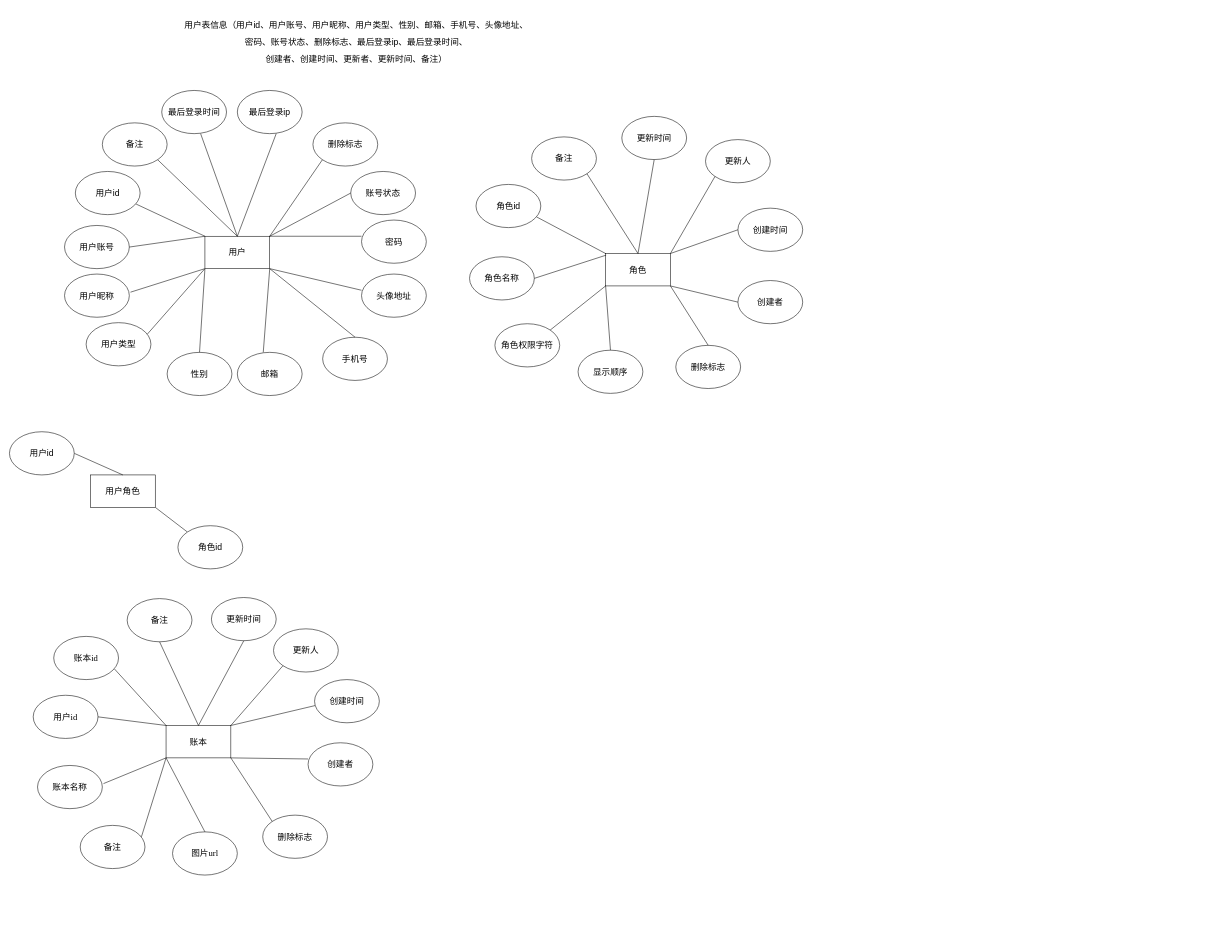
This is page "实体属性关系图" (6 of 8) of lottery-note/fun-bill-依赖关系.drawio from mynxg/draw-io-to-github, a draw.io file, before an edit. Source tidied: cells renumbered, new cells numbered last; positions are measured from the earlier drawing's top-left corner, leaving out a move shared by most shapes. Both pictures are drawn from the tidied source at 54%, with x=0, y=0 at pixel (9, 9).
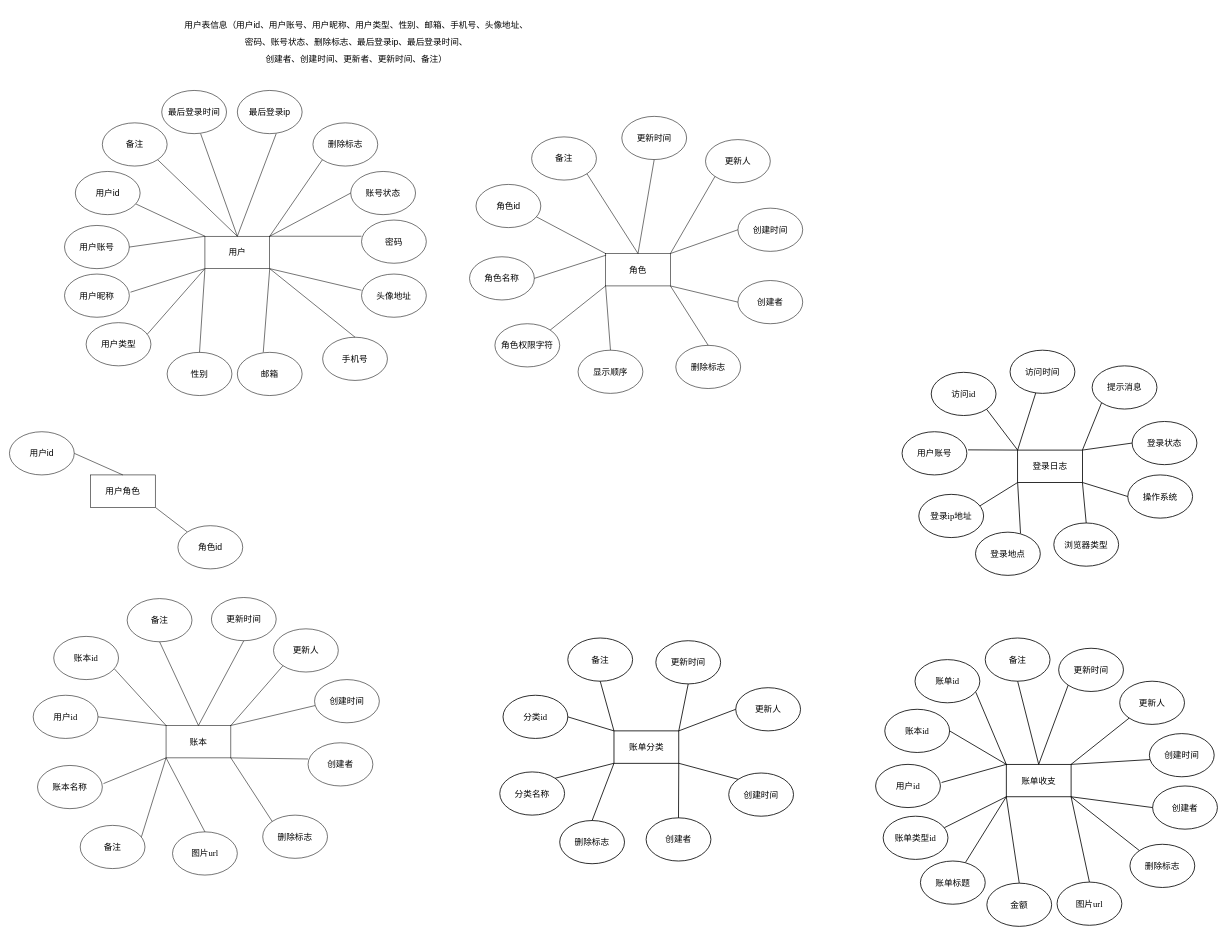
The same page after the edit.

Commit message (it also covers changes not shown here):
更新fun-bill-依赖关系.drawio

Diff of the diagram source:
```diff
@@
+    <mxCell id="81" value="账单分类" style="rounded=0;whiteSpace=wrap;html=1;fontFamily=宋体;fontSize=16;strokeWidth=1.5;" parent="1" vertex="1">
+      <mxGeometry x="1119.5" y="1336" width="120" height="60" as="geometry" />
+    </mxCell>
+    <mxCell id="82" value="&lt;p class=&quot;MsoNormal&quot;&gt;&lt;span style=&quot;font-size: 12pt;&quot;&gt;&lt;font face=&quot;宋体&quot;&gt;分类&lt;/font&gt;&lt;font face=&quot;Times New Roman&quot;&gt;id&lt;/font&gt;&lt;/span&gt;&lt;/p&gt;" style="ellipse;whiteSpace=wrap;html=1;fontSize=16;fontFamily=宋体;strokeWidth=1.5;" parent="1" vertex="1">
+      <mxGeometry x="914" y="1270" width="120" height="80" as="geometry" />
+    </mxCell>
+    <mxCell id="83" value="&lt;p class=&quot;MsoNormal&quot;&gt;&lt;span style=&quot;font-size: 12pt;&quot;&gt;删除标志&lt;/span&gt;&lt;/p&gt;" style="ellipse;whiteSpace=wrap;html=1;fontFamily=宋体;fontSize=16;strokeWidth=1.5;" parent="1" vertex="1">
+      <mxGeometry x="1019" y="1502" width="120" height="80" as="geometry" />
+    </mxCell>
+    <mxCell id="84" value="&lt;p class=&quot;MsoNormal&quot;&gt;&lt;span style=&quot;font-size: 12pt;&quot;&gt;分类名称&lt;/span&gt;&lt;/p&gt;" style="ellipse;whiteSpace=wrap;html=1;fontFamily=宋体;fontSize=16;strokeWidth=1.5;" parent="1" vertex="1">
+      <mxGeometry x="908" y="1412" width="120" height="80" as="geometry" />
+    </mxCell>
+    <mxCell id="85" value="&lt;p class=&quot;MsoNormal&quot;&gt;&lt;span style=&quot;font-size: 12pt;&quot;&gt;创建者&lt;/span&gt;&lt;/p&gt;" style="ellipse;whiteSpace=wrap;html=1;fontFamily=宋体;fontSize=16;strokeWidth=1.5;" parent="1" vertex="1">
+      <mxGeometry x="1179" y="1497" width="120" height="80" as="geometry" />
+    </mxCell>
+    <mxCell id="86" value="&lt;p class=&quot;MsoNormal&quot;&gt;&lt;span style=&quot;font-size: 12pt;&quot;&gt;创建时间&lt;/span&gt;&lt;/p&gt;" style="ellipse;whiteSpace=wrap;html=1;fontSize=16;fontFamily=宋体;strokeWidth=1.5;" parent="1" vertex="1">
+      <mxGeometry x="1332" y="1414" width="120" height="80" as="geometry" />
+    </mxCell>
+    <mxCell id="87" value="&lt;p class=&quot;MsoNormal&quot;&gt;&lt;span style=&quot;font-size: 12pt;&quot;&gt;更新人&lt;/span&gt;&lt;/p&gt;" style="ellipse;whiteSpace=wrap;html=1;fontSize=16;fontFamily=宋体;strokeWidth=1.5;" parent="1" vertex="1">
+      <mxGeometry x="1345" y="1256" width="120" height="80" as="geometry" />
+    </mxCell>
+    <mxCell id="88" value="&lt;p class=&quot;MsoNormal&quot;&gt;&lt;span style=&quot;font-size: 12pt;&quot;&gt;更新时间&lt;/span&gt;&lt;/p&gt;" style="ellipse;whiteSpace=wrap;html=1;fontFamily=宋体;fontSize=16;strokeWidth=1.5;" parent="1" vertex="1">
+      <mxGeometry x="1197" y="1169" width="120" height="80" as="geometry" />
+    </mxCell>
+    <mxCell id="89" value="备注" style="ellipse;whiteSpace=wrap;html=1;fontSize=16;fontFamily=宋体;strokeWidth=1.5;" parent="1" vertex="1">
+      <mxGeometry x="1034" y="1164" width="120" height="80" as="geometry" />
+    </mxCell>
+    <mxCell id="90" style="endArrow=none;html=1;rounded=0;exitX=1;exitY=0.5;exitDx=0;exitDy=0;fontFamily=宋体;fontSize=16;strokeWidth=1.5;" parent="1" edge="1" source="82">
+      <mxGeometry relative="1" as="geometry">
+        <mxPoint x="1119.5" y="1336" as="targetPoint" />
+      </mxGeometry>
+    </mxCell>
+    <mxCell id="91" style="endArrow=none;html=1;rounded=0;exitX=1;exitY=0;exitDx=0;exitDy=0;entryX=0;entryY=1;entryDx=0;entryDy=0;fontFamily=宋体;fontSize=16;strokeWidth=1.5;" parent="1" edge="1" source="84" target="81">
+      <mxGeometry relative="1" as="geometry" />
+    </mxCell>
+    <mxCell id="92" style="endArrow=none;html=1;rounded=0;exitX=0.5;exitY=0;exitDx=0;exitDy=0;entryX=0;entryY=1;entryDx=0;entryDy=0;fontFamily=宋体;fontSize=16;strokeWidth=1.5;" parent="1" edge="1" source="83" target="81">
+      <mxGeometry relative="1" as="geometry" />
+    </mxCell>
+    <mxCell id="93" style="endArrow=none;html=1;rounded=0;exitX=1;exitY=1;exitDx=0;exitDy=0;entryX=0.5;entryY=0;entryDx=0;entryDy=0;fontFamily=宋体;fontSize=16;strokeWidth=1.5;" parent="1" edge="1" source="81" target="85">
+      <mxGeometry relative="1" as="geometry" />
+    </mxCell>
+    <mxCell id="94" style="endArrow=none;html=1;rounded=0;exitX=1;exitY=0;exitDx=0;exitDy=0;entryX=0.5;entryY=1;entryDx=0;entryDy=0;fontFamily=宋体;fontSize=16;strokeWidth=1.5;" parent="1" edge="1" source="81" target="88">
+      <mxGeometry relative="1" as="geometry" />
+    </mxCell>
+    <mxCell id="95" style="endArrow=none;html=1;rounded=0;exitX=1;exitY=0;exitDx=0;exitDy=0;fontFamily=宋体;fontSize=16;entryX=0;entryY=0.5;entryDx=0;entryDy=0;strokeWidth=1.5;" parent="1" edge="1" source="81" target="87">
+      <mxGeometry relative="1" as="geometry" />
+    </mxCell>
+    <mxCell id="96" style="endArrow=none;html=1;rounded=0;exitX=1;exitY=1;exitDx=0;exitDy=0;fontFamily=宋体;fontSize=16;entryX=0;entryY=0;entryDx=0;entryDy=0;strokeWidth=1.5;" parent="1" edge="1" source="81" target="86">
+      <mxGeometry relative="1" as="geometry" />
+    </mxCell>
+    <mxCell id="97" style="endArrow=none;html=1;rounded=0;exitX=0.5;exitY=1;exitDx=0;exitDy=0;fontFamily=宋体;fontSize=16;entryX=0;entryY=0;entryDx=0;entryDy=0;strokeWidth=1.5;" parent="1" edge="1" source="89" target="81">
+      <mxGeometry relative="1" as="geometry" />
+    </mxCell>
+    <mxCell id="98" style="rounded=0;jettySize=auto;html=1;exitX=0;exitY=1;exitDx=0;exitDy=0;fontFamily=宋体;endArrow=none;endFill=0;entryX=0.695;entryY=0.033;entryDx=0;entryDy=0;entryPerimeter=0;strokeWidth=1.5;" parent="1" edge="1" source="100" target="123">
+      <mxGeometry relative="1" as="geometry" />
+    </mxCell>
+    <mxCell id="99" style="rounded=0;jettySize=auto;html=1;entryX=0.5;entryY=0;entryDx=0;entryDy=0;startArrow=none;startFill=0;endArrow=none;endFill=0;exitX=0;exitY=1;exitDx=0;exitDy=0;strokeWidth=1.5;" parent="1" edge="1" source="100" target="124">
+      <mxGeometry relative="1" as="geometry" />
+    </mxCell>
+    <mxCell id="100" value="账单收支" style="rounded=0;whiteSpace=wrap;html=1;fontFamily=宋体;fontSize=16;strokeWidth=1.5;" parent="1" vertex="1">
+      <mxGeometry x="1846" y="1398" width="120" height="60" as="geometry" />
+    </mxCell>
+    <mxCell id="101" value="&lt;p class=&quot;MsoNormal&quot;&gt;&lt;span style=&quot;font-size: 12pt;&quot;&gt;&lt;font face=&quot;宋体&quot;&gt;账本&lt;/font&gt;&lt;font face=&quot;Times New Roman&quot;&gt;id&lt;/font&gt;&lt;/span&gt;&lt;/p&gt;" style="ellipse;whiteSpace=wrap;html=1;fontSize=16;fontFamily=宋体;strokeWidth=1.5;" parent="1" vertex="1">
+      <mxGeometry x="1621" y="1296" width="120" height="80" as="geometry" />
+    </mxCell>
+    <mxCell id="102" value="&lt;p class=&quot;MsoNormal&quot;&gt;&lt;span style=&quot;font-size: 12pt;&quot;&gt;&lt;font face=&quot;宋体&quot;&gt;账单&lt;/font&gt;&lt;font face=&quot;Times New Roman&quot;&gt;id&lt;/font&gt;&lt;/span&gt;&lt;/p&gt;" style="ellipse;whiteSpace=wrap;html=1;fontFamily=宋体;fontSize=16;strokeWidth=1.5;" parent="1" vertex="1">
+      <mxGeometry x="1677" y="1204" width="120" height="80" as="geometry" />
+    </mxCell>
+    <mxCell id="103" value="&lt;p class=&quot;MsoNormal&quot;&gt;&lt;span style=&quot;font-size: 12pt;&quot;&gt;删除标志&lt;/span&gt;&lt;/p&gt;" style="ellipse;whiteSpace=wrap;html=1;fontFamily=宋体;fontSize=16;strokeWidth=1.5;" parent="1" vertex="1">
+      <mxGeometry x="2075" y="1546" width="120" height="80" as="geometry" />
+    </mxCell>
+    <mxCell id="104" value="&lt;p class=&quot;MsoNormal&quot;&gt;&lt;span style=&quot;font-size: 12pt;&quot;&gt;&lt;font face=&quot;宋体&quot;&gt;图片&lt;/font&gt;&lt;font face=&quot;Times New Roman&quot;&gt;url&lt;/font&gt;&lt;/span&gt;&lt;/p&gt;" style="ellipse;whiteSpace=wrap;html=1;fontSize=16;fontFamily=宋体;strokeWidth=1.5;" parent="1" vertex="1">
+      <mxGeometry x="1940" y="1616" width="120" height="80" as="geometry" />
+    </mxCell>
+    <mxCell id="105" value="&lt;p class=&quot;MsoNormal&quot;&gt;&lt;span style=&quot;font-size: 12pt;&quot;&gt;&lt;font face=&quot;宋体&quot;&gt;账单类型&lt;/font&gt;&lt;font face=&quot;Times New Roman&quot;&gt;id&lt;/font&gt;&lt;/span&gt;&lt;/p&gt;" style="ellipse;whiteSpace=wrap;html=1;fontFamily=宋体;fontSize=16;strokeWidth=1.5;" parent="1" vertex="1">
+      <mxGeometry x="1618" y="1494" width="120" height="80" as="geometry" />
+    </mxCell>
+    <mxCell id="106" value="&lt;p class=&quot;MsoNormal&quot;&gt;&lt;span style=&quot;font-size: 12pt;&quot;&gt;&lt;font face=&quot;宋体&quot;&gt;用户&lt;/font&gt;&lt;font face=&quot;Times New Roman&quot;&gt;id&lt;/font&gt;&lt;/span&gt;&lt;/p&gt;" style="ellipse;whiteSpace=wrap;html=1;fontFamily=宋体;fontSize=16;strokeWidth=1.5;" parent="1" vertex="1">
+      <mxGeometry x="1604" y="1398" width="120" height="80" as="geometry" />
+    </mxCell>
+    <mxCell id="107" value="&lt;p class=&quot;MsoNormal&quot;&gt;&lt;span style=&quot;font-size: 12pt;&quot;&gt;创建者&lt;/span&gt;&lt;/p&gt;" style="ellipse;whiteSpace=wrap;html=1;fontFamily=宋体;fontSize=16;strokeWidth=1.5;" parent="1" vertex="1">
+      <mxGeometry x="2117" y="1438" width="120" height="80" as="geometry" />
+    </mxCell>
+    <mxCell id="108" value="&lt;p class=&quot;MsoNormal&quot;&gt;&lt;span style=&quot;font-size: 12pt;&quot;&gt;创建时间&lt;/span&gt;&lt;/p&gt;" style="ellipse;whiteSpace=wrap;html=1;fontSize=16;fontFamily=宋体;strokeWidth=1.5;" parent="1" vertex="1">
+      <mxGeometry x="2111" y="1341" width="120" height="80" as="geometry" />
+    </mxCell>
+    <mxCell id="109" value="&lt;p class=&quot;MsoNormal&quot;&gt;&lt;span style=&quot;font-size: 12pt;&quot;&gt;更新人&lt;/span&gt;&lt;/p&gt;" style="ellipse;whiteSpace=wrap;html=1;fontSize=16;fontFamily=宋体;strokeWidth=1.5;" parent="1" vertex="1">
+      <mxGeometry x="2056" y="1244" width="120" height="80" as="geometry" />
+    </mxCell>
+    <mxCell id="110" value="&lt;p class=&quot;MsoNormal&quot;&gt;&lt;span style=&quot;font-size: 12pt;&quot;&gt;更新时间&lt;/span&gt;&lt;/p&gt;" style="ellipse;whiteSpace=wrap;html=1;fontFamily=宋体;fontSize=16;strokeWidth=1.5;" parent="1" vertex="1">
+      <mxGeometry x="1943" y="1183" width="120" height="80" as="geometry" />
+    </mxCell>
+    <mxCell id="111" value="备注" style="ellipse;whiteSpace=wrap;html=1;fontSize=16;fontFamily=宋体;strokeWidth=1.5;" parent="1" vertex="1">
+      <mxGeometry x="1807" y="1164" width="120" height="80" as="geometry" />
+    </mxCell>
+    <mxCell id="112" style="endArrow=none;html=1;rounded=0;entryX=0.938;entryY=0.755;entryDx=0;entryDy=0;entryPerimeter=0;fontFamily=宋体;fontSize=16;strokeWidth=1.5;" parent="1" edge="1" target="102">
+      <mxGeometry relative="1" as="geometry">
+        <mxPoint x="1846" y="1398" as="sourcePoint" />
+      </mxGeometry>
+    </mxCell>
+    <mxCell id="113" style="endArrow=none;html=1;rounded=0;exitX=0.945;exitY=0.265;exitDx=0;exitDy=0;exitPerimeter=0;fontFamily=宋体;fontSize=16;strokeWidth=1.5;" parent="1" edge="1" source="105">
+      <mxGeometry relative="1" as="geometry">
+        <mxPoint x="1846" y="1458" as="targetPoint" />
+      </mxGeometry>
+    </mxCell>
+    <mxCell id="114" style="endArrow=none;html=1;rounded=0;exitX=1;exitY=0.5;exitDx=0;exitDy=0;fontFamily=宋体;fontSize=16;strokeWidth=1.5;" parent="1" edge="1" source="101">
+      <mxGeometry relative="1" as="geometry">
+        <mxPoint x="1846" y="1398" as="targetPoint" />
+      </mxGeometry>
+    </mxCell>
+    <mxCell id="115" style="endArrow=none;html=1;rounded=0;exitX=1.018;exitY=0.42;exitDx=0;exitDy=0;exitPerimeter=0;entryX=0;entryY=0;entryDx=0;entryDy=0;fontFamily=宋体;fontSize=16;strokeWidth=1.5;" parent="1" edge="1" source="106" target="100">
+      <mxGeometry relative="1" as="geometry" />
+    </mxCell>
+    <mxCell id="116" style="endArrow=none;html=1;rounded=0;exitX=0.5;exitY=0;exitDx=0;exitDy=0;fontFamily=宋体;fontSize=16;entryX=1;entryY=1;entryDx=0;entryDy=0;strokeWidth=1.5;" parent="1" edge="1" source="104" target="100">
+      <mxGeometry relative="1" as="geometry" />
+    </mxCell>
+    <mxCell id="117" style="endArrow=none;html=1;rounded=0;exitX=0;exitY=0;exitDx=0;exitDy=0;entryX=1;entryY=1;entryDx=0;entryDy=0;fontFamily=宋体;fontSize=16;strokeWidth=1.5;" parent="1" edge="1" source="103" target="100">
+      <mxGeometry relative="1" as="geometry" />
+    </mxCell>
+    <mxCell id="118" style="endArrow=none;html=1;rounded=0;exitX=1;exitY=1;exitDx=0;exitDy=0;fontFamily=宋体;fontSize=16;entryX=0;entryY=0.5;entryDx=0;entryDy=0;strokeWidth=1.5;" parent="1" edge="1" source="100" target="107">
+      <mxGeometry relative="1" as="geometry" />
+    </mxCell>
+    <mxCell id="119" style="endArrow=none;html=1;rounded=0;exitX=0.5;exitY=0;exitDx=0;exitDy=0;entryX=0;entryY=1;entryDx=0;entryDy=0;fontFamily=宋体;fontSize=16;strokeWidth=1.5;" parent="1" edge="1" source="100" target="110">
+      <mxGeometry relative="1" as="geometry" />
+    </mxCell>
+    <mxCell id="120" style="endArrow=none;html=1;rounded=0;exitX=1;exitY=0;exitDx=0;exitDy=0;fontFamily=宋体;fontSize=16;entryX=0;entryY=1;entryDx=0;entryDy=0;strokeWidth=1.5;" parent="1" edge="1" source="100" target="109">
+      <mxGeometry relative="1" as="geometry" />
+    </mxCell>
+    <mxCell id="121" style="endArrow=none;html=1;rounded=0;exitX=1;exitY=0;exitDx=0;exitDy=0;fontFamily=宋体;fontSize=16;entryX=0.01;entryY=0.601;entryDx=0;entryDy=0;entryPerimeter=0;strokeWidth=1.5;" parent="1" edge="1" source="100" target="108">
+      <mxGeometry relative="1" as="geometry" />
+    </mxCell>
+    <mxCell id="122" style="endArrow=none;html=1;rounded=0;exitX=0.5;exitY=1;exitDx=0;exitDy=0;entryX=0.5;entryY=0;entryDx=0;entryDy=0;fontFamily=宋体;fontSize=16;strokeWidth=1.5;" parent="1" edge="1" source="111" target="100">
+      <mxGeometry relative="1" as="geometry" />
+    </mxCell>
+    <mxCell id="123" value="&lt;p class=&quot;MsoNormal&quot;&gt;&lt;span style=&quot;font-size: 12pt;&quot;&gt;账单标题&lt;/span&gt;&lt;/p&gt;" style="ellipse;whiteSpace=wrap;html=1;fontSize=16;fontFamily=宋体;strokeWidth=1.5;" parent="1" vertex="1">
+      <mxGeometry x="1687" y="1577" width="120" height="80" as="geometry" />
+    </mxCell>
+    <mxCell id="124" value="&lt;p class=&quot;MsoNormal&quot;&gt;&lt;span style=&quot;font-size: 12pt;&quot;&gt;金额&lt;/span&gt;&lt;/p&gt;" style="ellipse;whiteSpace=wrap;html=1;fontSize=16;fontFamily=宋体;strokeWidth=1.5;" parent="1" vertex="1">
+      <mxGeometry x="1810" y="1618" width="120" height="80" as="geometry" />
+    </mxCell>
+    <mxCell id="125" style="rounded=0;jettySize=auto;html=1;exitX=0;exitY=1;exitDx=0;exitDy=0;fontFamily=宋体;endArrow=none;endFill=0;entryX=0.695;entryY=0.033;entryDx=0;entryDy=0;entryPerimeter=0;strokeWidth=1.5;" parent="1" edge="1" source="127" target="142">
+      <mxGeometry relative="1" as="geometry" />
+    </mxCell>
+    <mxCell id="126" style="rounded=0;jettySize=auto;html=1;entryX=0.5;entryY=0;entryDx=0;entryDy=0;startArrow=none;startFill=0;endArrow=none;endFill=0;exitX=1;exitY=1;exitDx=0;exitDy=0;strokeWidth=1.5;" parent="1" edge="1" source="127" target="143">
+      <mxGeometry relative="1" as="geometry" />
+    </mxCell>
+    <mxCell id="127" value="&lt;p class=&quot;MsoNormal&quot;&gt;&lt;span style=&quot;font-size: 12pt;&quot;&gt;登录日志&lt;/span&gt;&lt;/p&gt;" style="rounded=0;whiteSpace=wrap;html=1;fontFamily=宋体;fontSize=16;strokeWidth=1.5;" parent="1" vertex="1">
+      <mxGeometry x="1867" y="816" width="120" height="60" as="geometry" />
+    </mxCell>
+    <mxCell id="128" value="&lt;p class=&quot;MsoNormal&quot;&gt;&lt;span style=&quot;font-size: 12pt;&quot;&gt;&lt;font face=&quot;宋体&quot;&gt;访问&lt;/font&gt;&lt;font face=&quot;Times New Roman&quot;&gt;id&lt;/font&gt;&lt;/span&gt;&lt;/p&gt;" style="ellipse;whiteSpace=wrap;html=1;fontSize=16;fontFamily=宋体;strokeWidth=1.5;" parent="1" vertex="1">
+      <mxGeometry x="1707" y="672" width="120" height="80" as="geometry" />
+    </mxCell>
+    <mxCell id="129" value="&lt;p class=&quot;MsoNormal&quot;&gt;&lt;span style=&quot;font-size: 12pt;&quot;&gt;登录状态&lt;/span&gt;&lt;/p&gt;" style="ellipse;whiteSpace=wrap;html=1;fontFamily=宋体;fontSize=16;strokeWidth=1.5;" parent="1" vertex="1">
+      <mxGeometry x="2079" y="763" width="120" height="80" as="geometry" />
+    </mxCell>
+    <mxCell id="130" value="&lt;p class=&quot;MsoNormal&quot;&gt;&lt;span style=&quot;font-size: 12pt;&quot;&gt;操作系统&lt;/span&gt;&lt;/p&gt;" style="ellipse;whiteSpace=wrap;html=1;fontSize=16;fontFamily=宋体;strokeWidth=1.5;" parent="1" vertex="1">
+      <mxGeometry x="2071" y="862" width="120" height="80" as="geometry" />
+    </mxCell>
+    <mxCell id="131" value="&lt;p class=&quot;MsoNormal&quot;&gt;&lt;span style=&quot;font-size: 12pt;&quot;&gt;&lt;font face=&quot;宋体&quot;&gt;登录&lt;/font&gt;&lt;font face=&quot;Times New Roman&quot;&gt;ip&lt;/font&gt;&lt;font face=&quot;宋体&quot;&gt;地址&lt;/font&gt;&lt;/span&gt;&lt;/p&gt;" style="ellipse;whiteSpace=wrap;html=1;fontFamily=宋体;fontSize=16;strokeWidth=1.5;" parent="1" vertex="1">
+      <mxGeometry x="1684" y="898" width="120" height="80" as="geometry" />
+    </mxCell>
+    <mxCell id="132" value="&lt;p class=&quot;MsoNormal&quot;&gt;&lt;span style=&quot;font-size: 12pt;&quot;&gt;用户账号&lt;/span&gt;&lt;/p&gt;" style="ellipse;whiteSpace=wrap;html=1;fontFamily=宋体;fontSize=16;strokeWidth=1.5;" parent="1" vertex="1">
+      <mxGeometry x="1653" y="782" width="120" height="80" as="geometry" />
+    </mxCell>
+    <mxCell id="133" value="&lt;p class=&quot;MsoNormal&quot;&gt;&lt;span style=&quot;font-size: 12pt;&quot;&gt;提示消息&lt;/span&gt;&lt;/p&gt;" style="ellipse;whiteSpace=wrap;html=1;fontFamily=宋体;fontSize=16;strokeWidth=1.5;" parent="1" vertex="1">
+      <mxGeometry x="2005" y="660" width="120" height="80" as="geometry" />
+    </mxCell>
+    <mxCell id="134" value="&lt;p class=&quot;MsoNormal&quot;&gt;&lt;span style=&quot;font-size: 12pt;&quot;&gt;访问时间&lt;/span&gt;&lt;/p&gt;" style="ellipse;whiteSpace=wrap;html=1;fontSize=16;fontFamily=宋体;strokeWidth=1.5;" parent="1" vertex="1">
+      <mxGeometry x="1853" y="631" width="120" height="80" as="geometry" />
+    </mxCell>
+    <mxCell id="135" style="endArrow=none;html=1;rounded=0;exitX=0.945;exitY=0.265;exitDx=0;exitDy=0;exitPerimeter=0;fontFamily=宋体;fontSize=16;strokeWidth=1.5;" parent="1" edge="1" source="131">
+      <mxGeometry relative="1" as="geometry">
+        <mxPoint x="1867" y="876" as="targetPoint" />
+      </mxGeometry>
+    </mxCell>
+    <mxCell id="136" style="endArrow=none;html=1;rounded=0;exitX=1;exitY=1;exitDx=0;exitDy=0;fontFamily=宋体;fontSize=16;strokeWidth=1.5;" parent="1" edge="1" source="128">
+      <mxGeometry relative="1" as="geometry">
+        <mxPoint x="1867" y="816" as="targetPoint" />
+      </mxGeometry>
+    </mxCell>
+    <mxCell id="137" style="endArrow=none;html=1;rounded=0;exitX=1.018;exitY=0.42;exitDx=0;exitDy=0;exitPerimeter=0;entryX=0;entryY=0;entryDx=0;entryDy=0;fontFamily=宋体;fontSize=16;strokeWidth=1.5;" parent="1" edge="1" source="132" target="127">
+      <mxGeometry relative="1" as="geometry" />
+    </mxCell>
+    <mxCell id="138" style="endArrow=none;html=1;rounded=0;exitX=0;exitY=0.5;exitDx=0;exitDy=0;fontFamily=宋体;fontSize=16;entryX=1;entryY=1;entryDx=0;entryDy=0;strokeWidth=1.5;" parent="1" edge="1" source="130" target="127">
+      <mxGeometry relative="1" as="geometry" />
+    </mxCell>
+    <mxCell id="139" style="endArrow=none;html=1;rounded=0;exitX=0;exitY=0.5;exitDx=0;exitDy=0;entryX=1;entryY=0;entryDx=0;entryDy=0;fontFamily=宋体;fontSize=16;strokeWidth=1.5;" parent="1" edge="1" source="129" target="127">
+      <mxGeometry relative="1" as="geometry" />
+    </mxCell>
+    <mxCell id="140" style="endArrow=none;html=1;rounded=0;exitX=1;exitY=0;exitDx=0;exitDy=0;fontFamily=宋体;fontSize=16;entryX=0;entryY=1;entryDx=0;entryDy=0;strokeWidth=1.5;" parent="1" edge="1" source="127" target="133">
+      <mxGeometry relative="1" as="geometry" />
+    </mxCell>
+    <mxCell id="141" style="endArrow=none;html=1;rounded=0;exitX=0;exitY=0;exitDx=0;exitDy=0;fontFamily=宋体;fontSize=16;strokeWidth=1.5;" parent="1" edge="1" source="127" target="134">
+      <mxGeometry relative="1" as="geometry" />
+    </mxCell>
+    <mxCell id="142" value="&lt;p class=&quot;MsoNormal&quot;&gt;&lt;span style=&quot;font-size: 12pt;&quot;&gt;登录地点&lt;/span&gt;&lt;/p&gt;" style="ellipse;whiteSpace=wrap;html=1;fontSize=16;fontFamily=宋体;strokeWidth=1.5;" parent="1" vertex="1">
+      <mxGeometry x="1789" y="968" width="120" height="80" as="geometry" />
+    </mxCell>
+    <mxCell id="143" value="&lt;p class=&quot;MsoNormal&quot;&gt;&lt;span style=&quot;font-size: 12pt;&quot;&gt;浏览器类型&lt;/span&gt;&lt;/p&gt;" style="ellipse;whiteSpace=wrap;html=1;fontSize=16;fontFamily=宋体;strokeWidth=1.5;" parent="1" vertex="1">
+      <mxGeometry x="1934" y="951" width="120" height="80" as="geometry" />
+    </mxCell>
```
